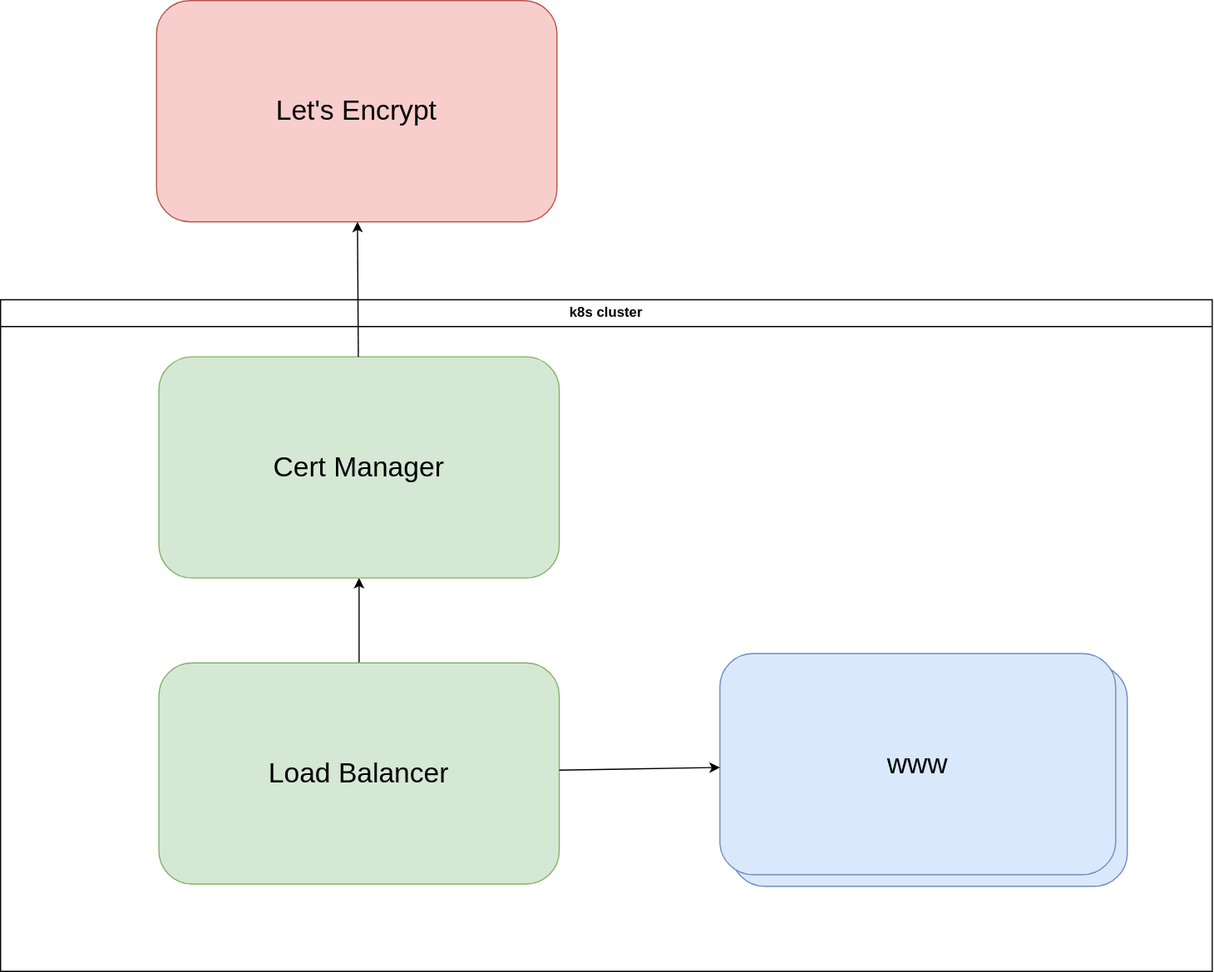
The draw.io diagram docs/design.drawio.svg in managed-prototypes/helloworld-fullstack-k8s, before a commit. Source tidied: cells renumbered, new cells last; positions are measured from the earlier drawing's top-left corner, leaving out a move shared by most shapes.
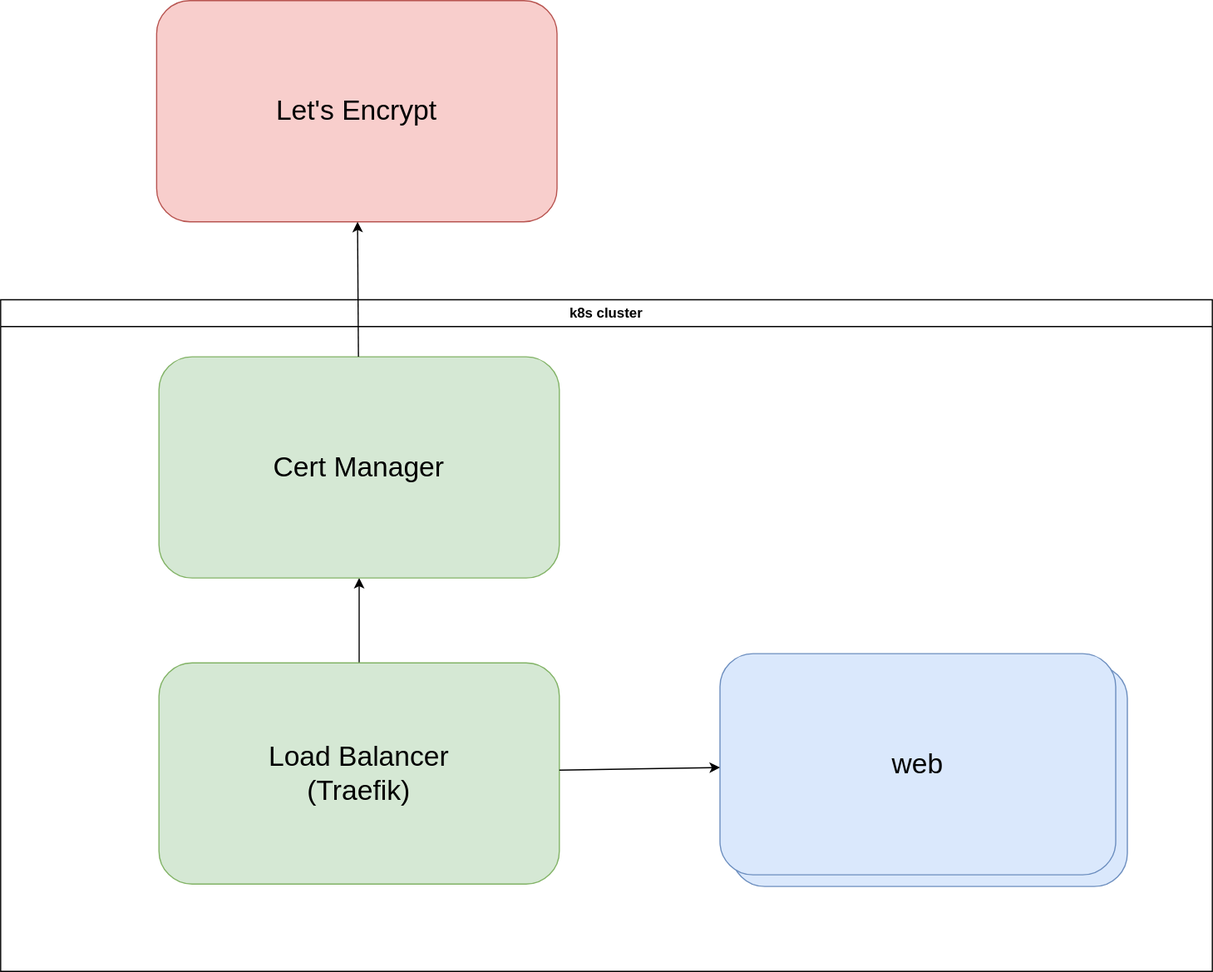
After the change.

Change to the diagram source:
```diff
@@ -17,10 +17,10 @@
     <mxCell id="5" style="edgeStyle=none;html=1;" parent="3" edge="1" source="6" target="9">
       <mxGeometry relative="1" as="geometry" />
     </mxCell>
-    <mxCell id="6" value="&lt;span style=&quot;font-size: 24px; font-weight: 400;&quot;&gt;Load Balancer&lt;br&gt;&lt;/span&gt;" style="text;html=1;strokeColor=#82b366;fillColor=#d5e8d4;align=center;verticalAlign=middle;whiteSpace=wrap;rounded=1;fontStyle=1;" parent="3" vertex="1">
+    <mxCell id="6" value="&lt;span style=&quot;font-size: 24px; font-weight: 400;&quot;&gt;Load Balancer&lt;br&gt;(Traefik)&lt;br&gt;&lt;/span&gt;" style="text;html=1;strokeColor=#82b366;fillColor=#d5e8d4;align=center;verticalAlign=middle;whiteSpace=wrap;rounded=1;fontStyle=1;" parent="3" vertex="1">
       <mxGeometry x="136" y="312" width="344" height="190" as="geometry" />
     </mxCell>
-    <mxCell id="7" value="&lt;span style=&quot;font-size: 24px; font-weight: 400;&quot;&gt;www&lt;/span&gt;&lt;span style=&quot;font-size: 24px; font-weight: 400;&quot;&gt;&lt;br&gt;&lt;/span&gt;" style="text;html=1;strokeColor=#6c8ebf;fillColor=#dae8fc;align=center;verticalAlign=middle;whiteSpace=wrap;rounded=1;fontStyle=1;" parent="3" vertex="1">
+    <mxCell id="7" value="&lt;span style=&quot;font-size: 24px; font-weight: 400;&quot;&gt;web&lt;/span&gt;&lt;span style=&quot;font-size: 24px; font-weight: 400;&quot;&gt;&lt;br&gt;&lt;/span&gt;" style="text;html=1;strokeColor=#6c8ebf;fillColor=#dae8fc;align=center;verticalAlign=middle;whiteSpace=wrap;rounded=1;fontStyle=1;" parent="3" vertex="1">
       <mxGeometry x="618" y="304" width="340" height="190" as="geometry" />
     </mxCell>
     <mxCell id="8" style="edgeStyle=none;html=1;" parent="3" edge="1" source="6" target="7">
```
